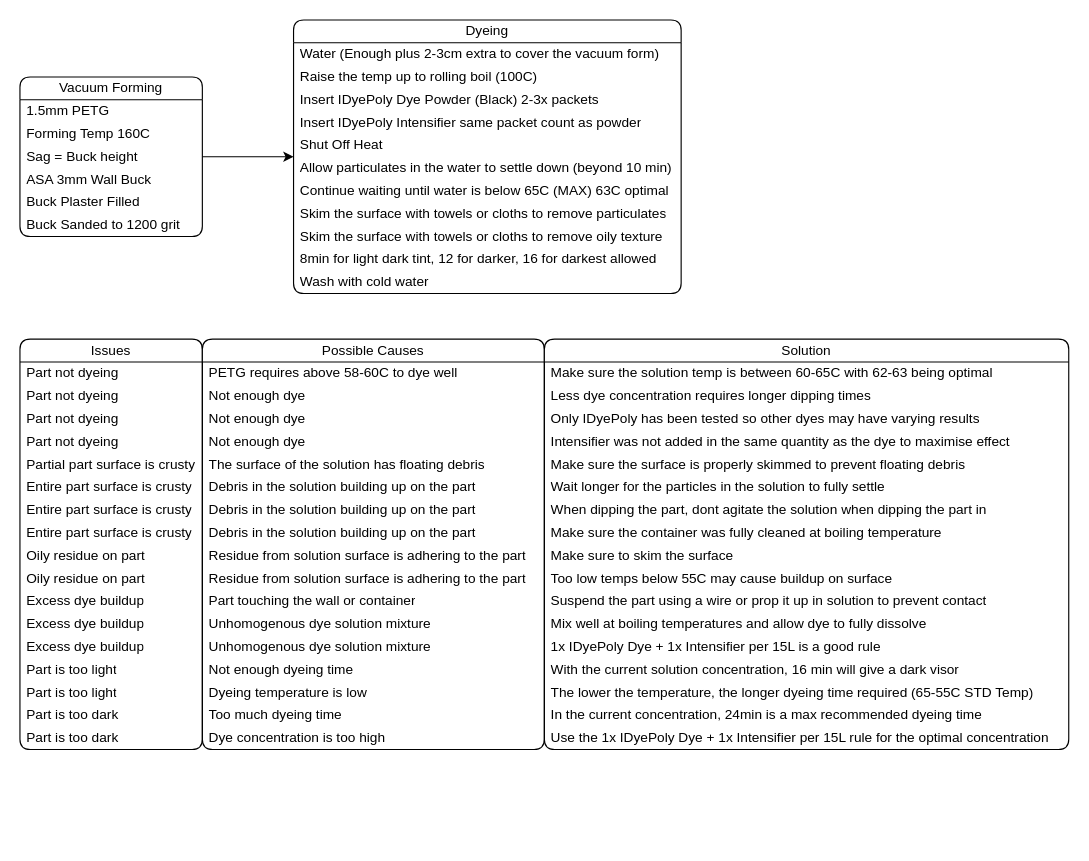
The draw.io diagram Documents/Visor Manufacturing Process.drawio in Cyberspecies/Synth-Head, before the edit. Source tidied: cells renumbered, new cells numbered last; positions are measured from the earlier drawing's top-left corner, leaving out a move shared by most shapes. Both pictures are drawn from the tidied source at 114%, with x=0, y=0 at pixel (19, 19).
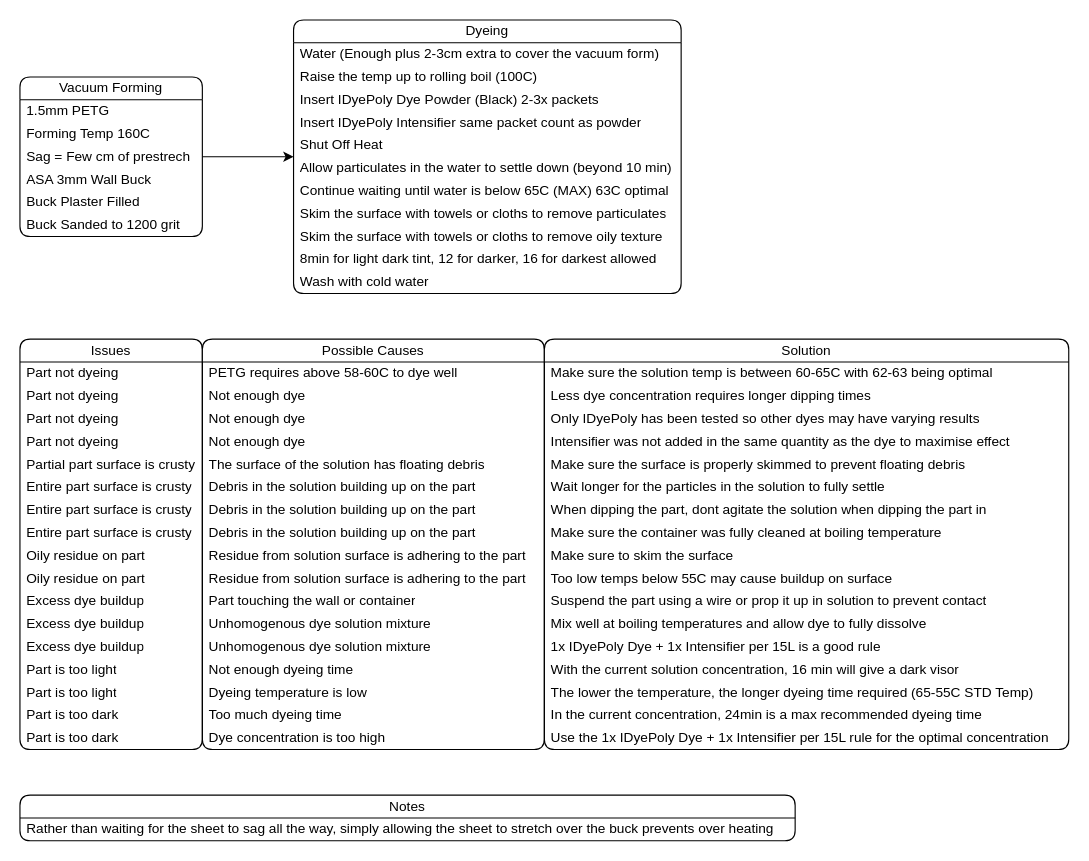
After the change.

Commit message:
Modified Sag amount from buck height to few CM by stretching the sheet when up to temp

The change refers to these unchanged cells:
```xml
<mxCell id="3" value="Vacuum Forming" style="swimlane;fontStyle=0;horizontal=1;startSize=20;whiteSpace=wrap;html=1;rounded=1;" parent="1" vertex="1">
  <mxGeometry y="50" width="160" height="140" as="geometry" />
</mxCell>
```

What changed in the source:
```diff
@@
-    <mxCell id="6" value="Sag = Buck height" style="text;strokeColor=none;fillColor=none;align=left;verticalAlign=middle;spacingLeft=4;spacingRight=4;overflow=hidden;whiteSpace=wrap;html=1;" parent="3" vertex="1">
+    <mxCell id="6" value="Sag = Few cm of prestrech" style="text;strokeColor=none;fillColor=none;align=left;verticalAlign=middle;spacingLeft=4;spacingRight=4;overflow=hidden;whiteSpace=wrap;html=1;" parent="3" vertex="1">
       <mxGeometry y="60" width="160" height="20" as="geometry" />
     </mxCell>
@@
+    <mxCell id="76" value="Notes" style="swimlane;fontStyle=0;horizontal=1;startSize=20;whiteSpace=wrap;html=1;rounded=1;" parent="1" vertex="1">
+      <mxGeometry y="680" width="680" height="40" as="geometry" />
+    </mxCell>
+    <mxCell id="77" value="Rather than waiting for the sheet to sag all the way, simply allowing the sheet to stretch over the buck prevents over heating" style="text;strokeColor=none;fillColor=none;align=left;verticalAlign=middle;spacingLeft=4;spacingRight=4;overflow=hidden;whiteSpace=wrap;html=1;" parent="76" vertex="1">
+      <mxGeometry y="20" width="680" height="20" as="geometry" />
+    </mxCell>
```
